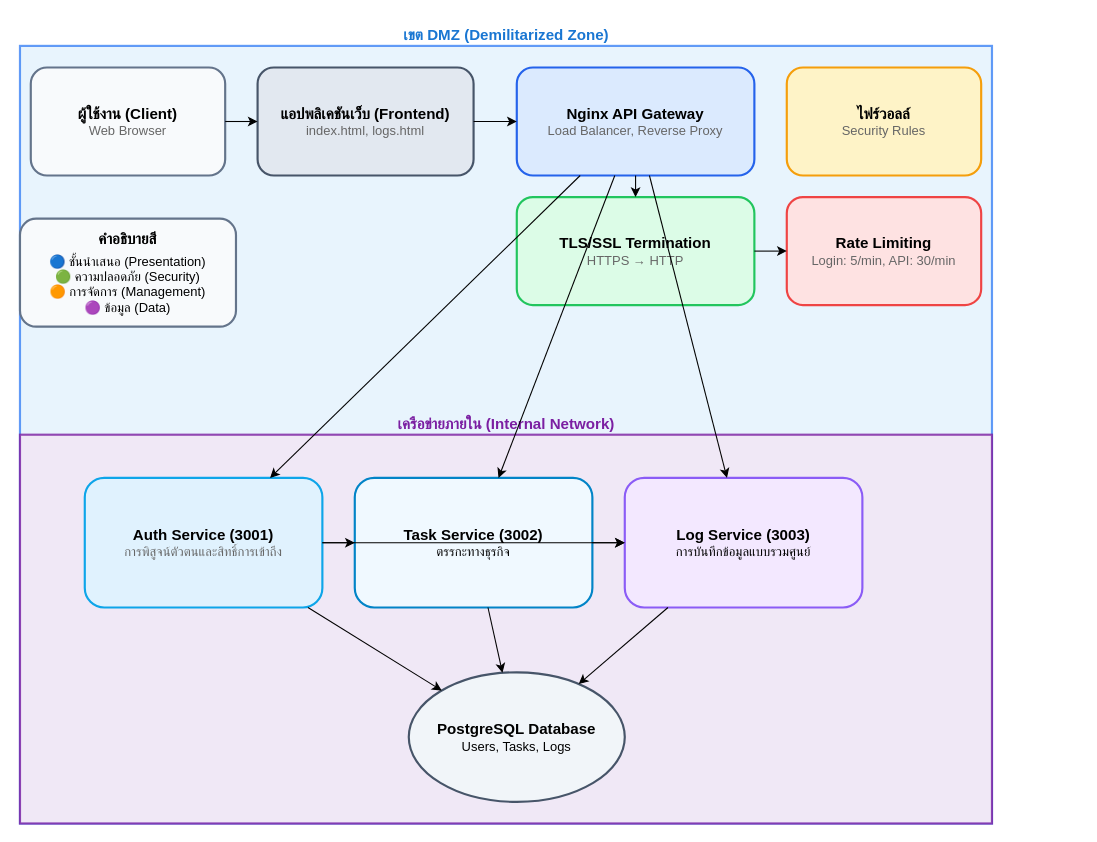
Earlier version of the draw.io diagram drawio-architecture.drawio (MuadAlpion/ENGCE301-final-lab2-66543206052-3-66543206094-5). Source tidied: cells renumbered, new cells numbered last; positions are measured from the earlier drawing's top-left corner, leaving out a move shared by most shapes. Both pictures are drawn from the tidied source at 108%, with x=0, y=0 at pixel (19, 24).
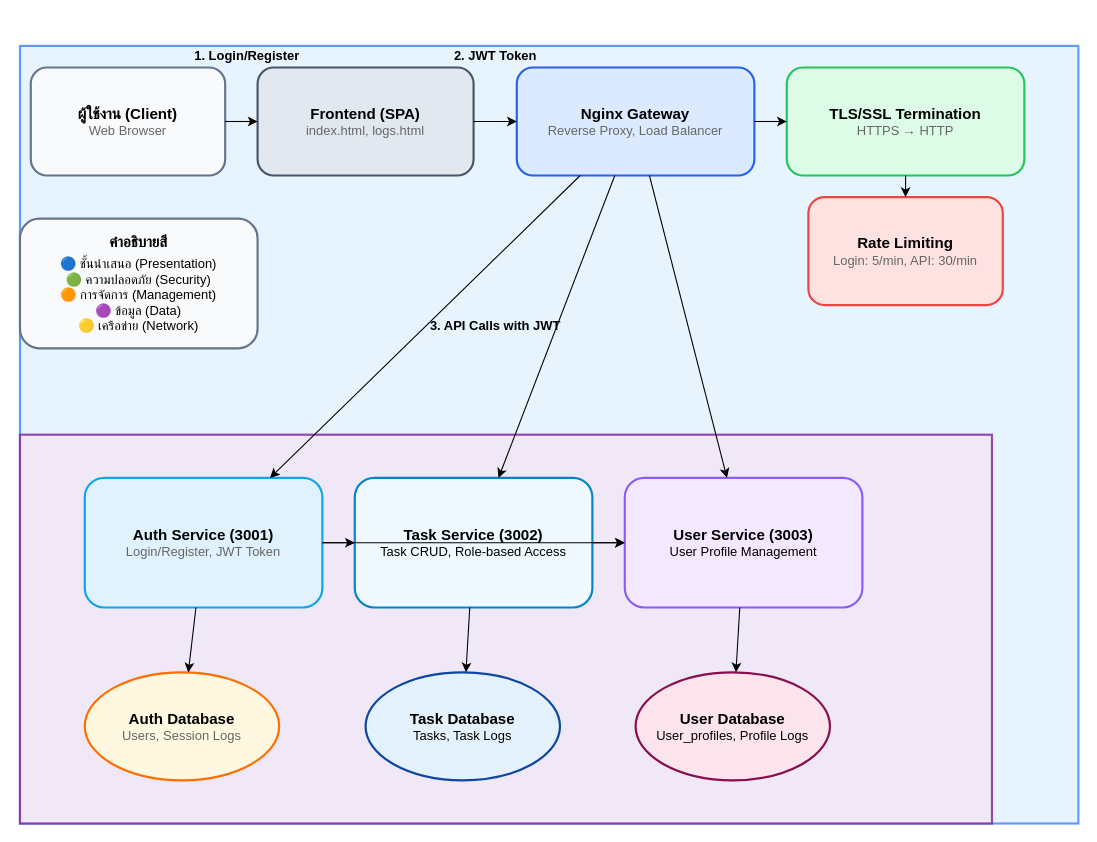
Above is the later version.

Commit message (it also covers changes not shown here):
Add Architecture Diagram

What changed in the source:
```diff
@@
     <mxCell id="2" style="rounded=0;whiteSpace=wrap;html=1;strokeColor=#3b82f6;fillColor=#e3f2fd;strokeWidth=2;opacity=80;" parent="1" vertex="1">
-      <mxGeometry y="20" width="900" height="720" as="geometry" />
+      <mxGeometry y="20" width="980" height="720" as="geometry" />
     </mxCell>
-    <mxCell id="3" value="&lt;div style='font-weight:700;font-size:14px;color:#1976d2'&gt;เขต DMZ (Demilitarized Zone)&lt;/div&gt;" style="text;html=1;align=center;verticalAlign=middle;strokeColor=none;fillColor=none;" parent="1" vertex="1">
-      <mxGeometry width="900" height="20" as="geometry" />
+    <mxCell id="3" value="&lt;div style=&quot;font-weight: 700; font-size: 14px; color: rgb(25, 118, 210);&quot;&gt;&lt;br&gt;&lt;/div&gt;" style="text;html=1;align=center;verticalAlign=middle;strokeColor=none;fillColor=none;" parent="1" vertex="1">
+      <mxGeometry x="440" y="-5" width="20" height="30" as="geometry" />
     </mxCell>
@@
-    <mxCell id="5" value="&lt;div style='font-weight:700;font-size:14px;color:#7b1fa2'&gt;เครือข่ายภายใน (Internal Network)&lt;/div&gt;" style="text;html=1;align=center;verticalAlign=middle;strokeColor=none;fillColor=none;" parent="1" vertex="1">
-      <mxGeometry y="360" width="900" height="20" as="geometry" />
+    <mxCell id="5" value="&lt;div style=&quot;font-weight: 700; font-size: 14px; color: rgb(123, 31, 162);&quot;&gt;&lt;br&gt;&lt;/div&gt;" style="text;html=1;align=center;verticalAlign=middle;strokeColor=none;fillColor=none;" parent="1" vertex="1">
+      <mxGeometry x="440" y="355" width="20" height="30" as="geometry" />
     </mxCell>
@@
-    <mxCell id="7" value="&lt;div style='font-weight:700;font-size:14px'&gt;แอปพลิเคชันเว็บ (Frontend)&lt;/div&gt;&lt;div style='font-size:12px;color:#666'&gt;index.html, logs.html&lt;/div&gt;" style="rounded=1;whiteSpace=wrap;html=1;fillColor=#e2e8f0;strokeColor=#475569;strokeWidth=2;" parent="1" vertex="1">
+    <mxCell id="7" value="&lt;div style='font-weight:700;font-size:14px'&gt;Frontend (SPA)&lt;/div&gt;&lt;div style='font-size:12px;color:#666'&gt;index.html, logs.html&lt;/div&gt;" style="rounded=1;whiteSpace=wrap;html=1;fillColor=#e2e8f0;strokeColor=#475569;strokeWidth=2;" parent="1" vertex="1">
       <mxGeometry x="220" y="40" width="200" height="100" as="geometry" />
     </mxCell>
-    <mxCell id="8" value="&lt;div style='font-weight:700;font-size:14px'&gt;Nginx API Gateway&lt;/div&gt;&lt;div style='font-size:12px;color:#666'&gt;Load Balancer, Reverse Proxy&lt;/div&gt;" style="rounded=1;whiteSpace=wrap;html=1;fillColor=#dbeafe;strokeColor=#2563eb;strokeWidth=2;" parent="1" vertex="1">
+    <mxCell id="8" value="&lt;div style='font-weight:700;font-size:14px'&gt;Nginx Gateway&lt;/div&gt;&lt;div style='font-size:12px;color:#666'&gt;Reverse Proxy, Load Balancer&lt;/div&gt;" style="rounded=1;whiteSpace=wrap;html=1;fillColor=#dbeafe;strokeColor=#2563eb;strokeWidth=2;" parent="1" vertex="1">
       <mxGeometry x="460" y="40" width="220" height="100" as="geometry" />
     </mxCell>
-    <mxCell id="9" value="&lt;div style='font-weight:700;font-size:14px'&gt;ไฟร์วอลล์&lt;/div&gt;&lt;div style='font-size:12px;color:#666'&gt;Security Rules&lt;/div&gt;" style="rounded=1;whiteSpace=wrap;html=1;fillColor=#fef3c7;strokeColor=#f59e0b;strokeWidth=2;" parent="1" vertex="1">
-      <mxGeometry x="710" y="40" width="180" height="100" as="geometry" />
-    </mxCell>
     <mxCell id="10" value="&lt;div style='font-weight:700;font-size:14px'&gt;TLS/SSL Termination&lt;/div&gt;&lt;div style='font-size:12px;color:#666'&gt;HTTPS → HTTP&lt;/div&gt;" style="rounded=1;whiteSpace=wrap;html=1;fillColor=#dcfce7;strokeColor=#22c55e;strokeWidth=2;" parent="1" vertex="1">
-      <mxGeometry x="460" y="160" width="220" height="100" as="geometry" />
+      <mxGeometry x="710" y="40" width="220" height="100" as="geometry" />
     </mxCell>
     <mxCell id="11" value="&lt;div style='font-weight:700;font-size:14px'&gt;Rate Limiting&lt;/div&gt;&lt;div style='font-size:12px;color:#666'&gt;Login: 5/min, API: 30/min&lt;/div&gt;" style="rounded=1;whiteSpace=wrap;html=1;fillColor=#fee2e2;strokeColor=#ef4444;strokeWidth=2;" parent="1" vertex="1">
-      <mxGeometry x="710" y="160" width="180" height="100" as="geometry" />
+      <mxGeometry x="730" y="160" width="180" height="100" as="geometry" />
     </mxCell>
-    <mxCell id="12" value="&lt;div style='font-weight:700;font-size:14px'&gt;Auth Service (3001)&lt;/div&gt;&lt;div style='font-size:12px;color:#666'&gt;การพิสูจน์ตัวตนและสิทธิ์การเข้าถึง&lt;/div&gt;" style="rounded=1;whiteSpace=wrap;html=1;fillColor=#e0f2fe;strokeColor=#0ea5e9;strokeWidth=2;" parent="1" vertex="1">
+    <mxCell id="12" value="&lt;div style='font-weight:700;font-size:14px'&gt;Auth Service (3001)&lt;/div&gt;&lt;div style='font-size:12px;color:#666'&gt;Login/Register, JWT Token&lt;/div&gt;" style="rounded=1;whiteSpace=wrap;html=1;fillColor=#e0f2fe;strokeColor=#0ea5e9;strokeWidth=2;" parent="1" vertex="1">
       <mxGeometry x="60" y="420" width="220" height="120" as="geometry" />
     </mxCell>
-    <mxCell id="13" value="&lt;div style='font-weight:700;font-size:14px'&gt;Task Service (3002)&lt;/div&gt;&lt;div style='font-size:12px;color=#666'&gt;ตรรกะทางธุรกิจ&lt;/div&gt;" style="rounded=1;whiteSpace=wrap;html=1;fillColor=#f0f9ff;strokeColor=#0284c7;strokeWidth=2;" parent="1" vertex="1">
+    <mxCell id="13" value="&lt;div style='font-weight:700;font-size:14px'&gt;Task Service (3002)&lt;/div&gt;&lt;div style='font-size:12px;color=#666'&gt;Task CRUD, Role-based Access&lt;/div&gt;" style="rounded=1;whiteSpace=wrap;html=1;fillColor=#f0f9ff;strokeColor=#0284c7;strokeWidth=2;" parent="1" vertex="1">
       <mxGeometry x="310" y="420" width="220" height="120" as="geometry" />
     </mxCell>
-    <mxCell id="14" value="&lt;div style='font-weight:700;font-size:14px'&gt;Log Service (3003)&lt;/div&gt;&lt;div style='font-size:12px;color=#666'&gt;การบันทึกข้อมูลแบบรวมศูนย์&lt;/div&gt;" style="rounded=1;whiteSpace=wrap;html=1;fillColor=#f3e8ff;strokeColor=#8b5cf6;strokeWidth=2;" parent="1" vertex="1">
-      <mxGeometry x="560" y="420" width="220" height="120" as="geometry" />
-    </mxCell>
-    <mxCell id="15" value="&lt;div style='font-weight:700;font-size:14px'&gt;PostgreSQL Database&lt;/div&gt;&lt;div style='font-size:12px;color=#666'&gt;Users, Tasks, Logs&lt;/div&gt;" style="ellipse;whiteSpace=wrap;html=1;fillColor=#f1f5f9;strokeColor=#475569;strokeWidth=2;" parent="1" vertex="1">
-      <mxGeometry x="360" y="600" width="200" height="120" as="geometry" />
-    </mxCell>
+    <mxCell id="30" value="&lt;div style='font-weight:700;font-size:14px'&gt;User Service (3003)&lt;/div&gt;&lt;div style='font-size:12px;color=#666'&gt;User Profile Management&lt;/div&gt;" style="rounded=1;whiteSpace=wrap;html=1;fillColor=#f3e8ff;strokeColor=#8b5cf6;strokeWidth=2;" parent="1" vertex="1">
+      <mxGeometry x="560" y="420" width="220" height="120" as="geometry" />
+    </mxCell>
+    <mxCell id="31" value="&lt;div style='font-weight:700;font-size:14px'&gt;Auth Database&lt;/div&gt;&lt;div style='font-size:12px;color:#666'&gt;Users, Session Logs&lt;/div&gt;" style="ellipse;whiteSpace=wrap;html=1;fillColor=#fff8e1;strokeColor=#ff6f00;strokeWidth=2;" parent="1" vertex="1">
+      <mxGeometry x="60" y="600" width="180" height="100" as="geometry" />
+    </mxCell>
+    <mxCell id="32" value="&lt;div style='font-weight:700;font-size:14px'&gt;Task Database&lt;/div&gt;&lt;div style='font-size:12px;color=#666'&gt;Tasks, Task Logs&lt;/div&gt;" style="ellipse;whiteSpace=wrap;html=1;fillColor=#e3f2fd;strokeColor=#0d47a1;strokeWidth=2;" parent="1" vertex="1">
+      <mxGeometry x="320" y="600" width="180" height="100" as="geometry" />
+    </mxCell>
+    <mxCell id="33" value="&lt;div style='font-weight:700;font-size:14px'&gt;User Database&lt;/div&gt;&lt;div style='font-size:12px;color=#666'&gt;User_profiles, Profile Logs&lt;/div&gt;" style="ellipse;whiteSpace=wrap;html=1;fillColor=#fce4ec;strokeColor=#880e4f;strokeWidth=2;" parent="1" vertex="1">
+      <mxGeometry x="570" y="600" width="180" height="100" as="geometry" />
+    </mxCell>
@@
-    <mxCell id="22" parent="1" edge="1" source="8" target="14">
+    <mxCell id="22" parent="1" edge="1" source="8" target="30">
       <mxGeometry relative="1" as="geometry" />
     </mxCell>
@@
-    <mxCell id="24" parent="1" edge="1" source="12" target="14">
+    <mxCell id="24" parent="1" edge="1" source="12" target="30">
       <mxGeometry relative="1" as="geometry" />
     </mxCell>
-    <mxCell id="25" parent="1" edge="1" source="12" target="15">
+    <mxCell id="25" parent="1" edge="1" source="12" target="31">
       <mxGeometry relative="1" as="geometry" />
     </mxCell>
-    <mxCell id="26" parent="1" edge="1" source="13" target="15">
+    <mxCell id="26" parent="1" edge="1" source="13" target="32">
       <mxGeometry relative="1" as="geometry" />
     </mxCell>
-    <mxCell id="27" parent="1" edge="1" source="14" target="15">
+    <mxCell id="27" parent="1" edge="1" source="30" target="33">
       <mxGeometry relative="1" as="geometry" />
     </mxCell>
-    <mxCell id="28" parent="1" edge="1" source="13" target="14">
+    <mxCell id="28" parent="1" edge="1" source="13" target="30">
       <mxGeometry relative="1" as="geometry" />
     </mxCell>
-    <mxCell id="29" value="&lt;div style='font-weight:700;font-size:14px'&gt;คำอธิบายสี&lt;/div&gt;&lt;div style='font-size:12px;margin-top:5px'&gt;🔵 ชั้นนำเสนอ (Presentation)&lt;br&gt;🟢 ความปลอดภัย (Security)&lt;br&gt;🟠 การจัดการ (Management)&lt;br&gt;🟣 ข้อมูล (Data)&lt;/div&gt;" style="rounded=1;whiteSpace=wrap;html=1;fillColor=#f8fafc;strokeColor=#64748b;strokeWidth=2;" parent="1" vertex="1">
-      <mxGeometry y="180" width="200" height="100" as="geometry" />
+    <mxCell id="29" value="&lt;div style='font-weight:700;font-size:14px'&gt;คำอธิบายสี&lt;/div&gt;&lt;div style='font-size:12px;margin-top:5px'&gt;🔵 ชั้นนำเสนอ (Presentation)&lt;br&gt;🟢 ความปลอดภัย (Security)&lt;br&gt;🟠 การจัดการ (Management)&lt;br&gt;🟣 ข้อมูล (Data)&lt;br&gt;🟡 เครือข่าย (Network)&lt;/div&gt;" style="rounded=1;whiteSpace=wrap;html=1;fillColor=#f8fafc;strokeColor=#64748b;strokeWidth=2;" parent="1" vertex="1">
+      <mxGeometry y="180" width="220" height="120" as="geometry" />
     </mxCell>
+    <mxCell id="34" value="&lt;div style='font-weight:700;font-size:12px'&gt;1. Login/Register&lt;/div&gt;" style="text;html=1;align=center;verticalAlign=middle;" parent="1" vertex="1">
+      <mxGeometry x="150" y="20" width="120" height="20" as="geometry" />
+    </mxCell>
+    <mxCell id="35" value="&lt;div style='font-weight:700;font-size:12px'&gt;2. JWT Token&lt;/div&gt;" style="text;html=1;align=center;verticalAlign=middle;" parent="1" vertex="1">
+      <mxGeometry x="380" y="20" width="120" height="20" as="geometry" />
+    </mxCell>
+    <mxCell id="36" value="&lt;div style='font-weight:700;font-size:12px'&gt;3. API Calls with JWT&lt;/div&gt;" style="text;html=1;align=center;verticalAlign=middle;" parent="1" vertex="1">
+      <mxGeometry x="380" y="270" width="120" height="20" as="geometry" />
+    </mxCell>
```
